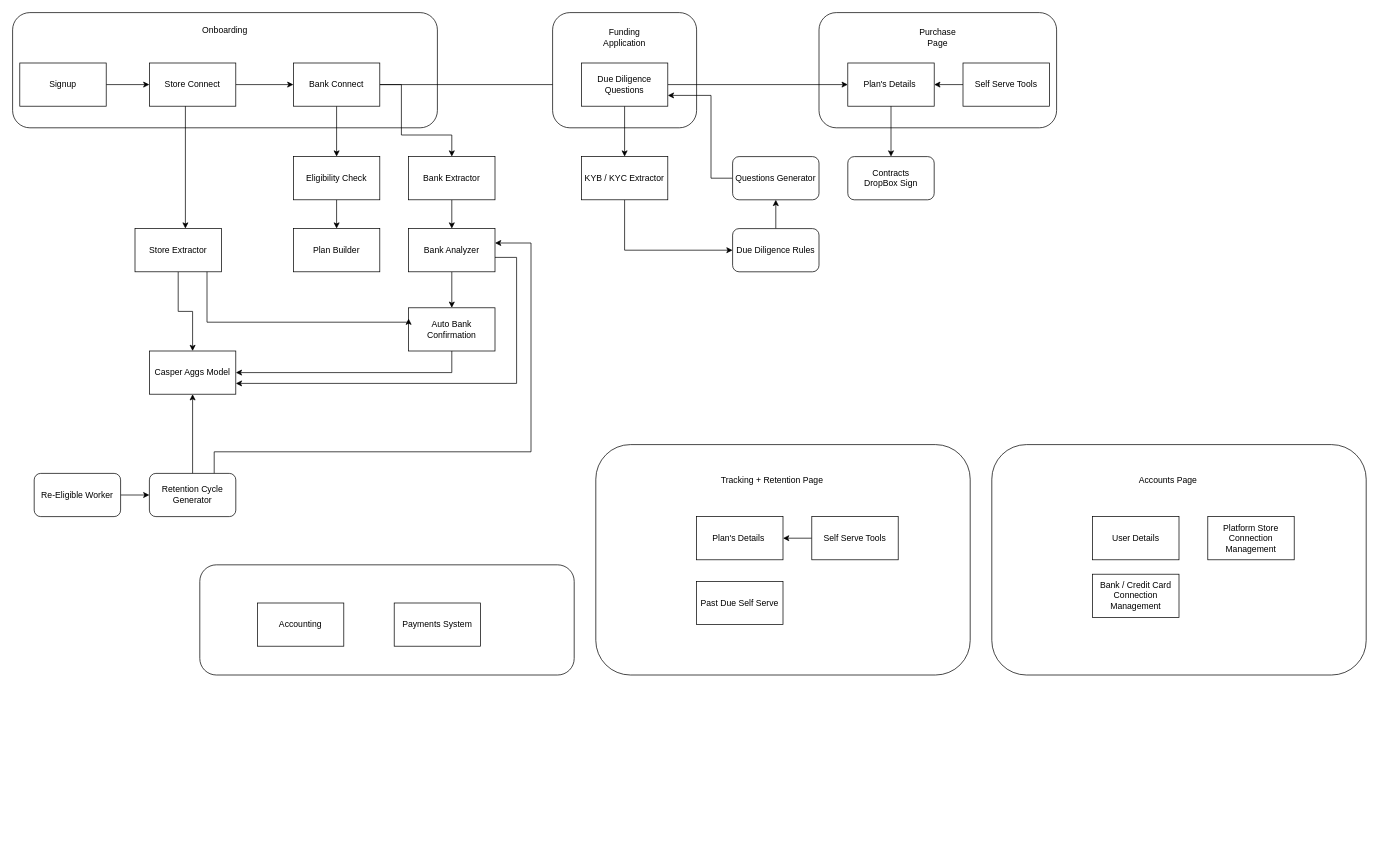
saharki/draw.io keeps this draw.io diagram as drawings/general8fig.drawio. Above is the earlier version. Source tidied: cells renumbered, new cells numbered last; positions are measured from the earlier drawing's top-left corner, leaving out a move shared by most shapes. Both pictures are drawn from the tidied source at 72%, with x=0, y=0 at pixel (12, 12).
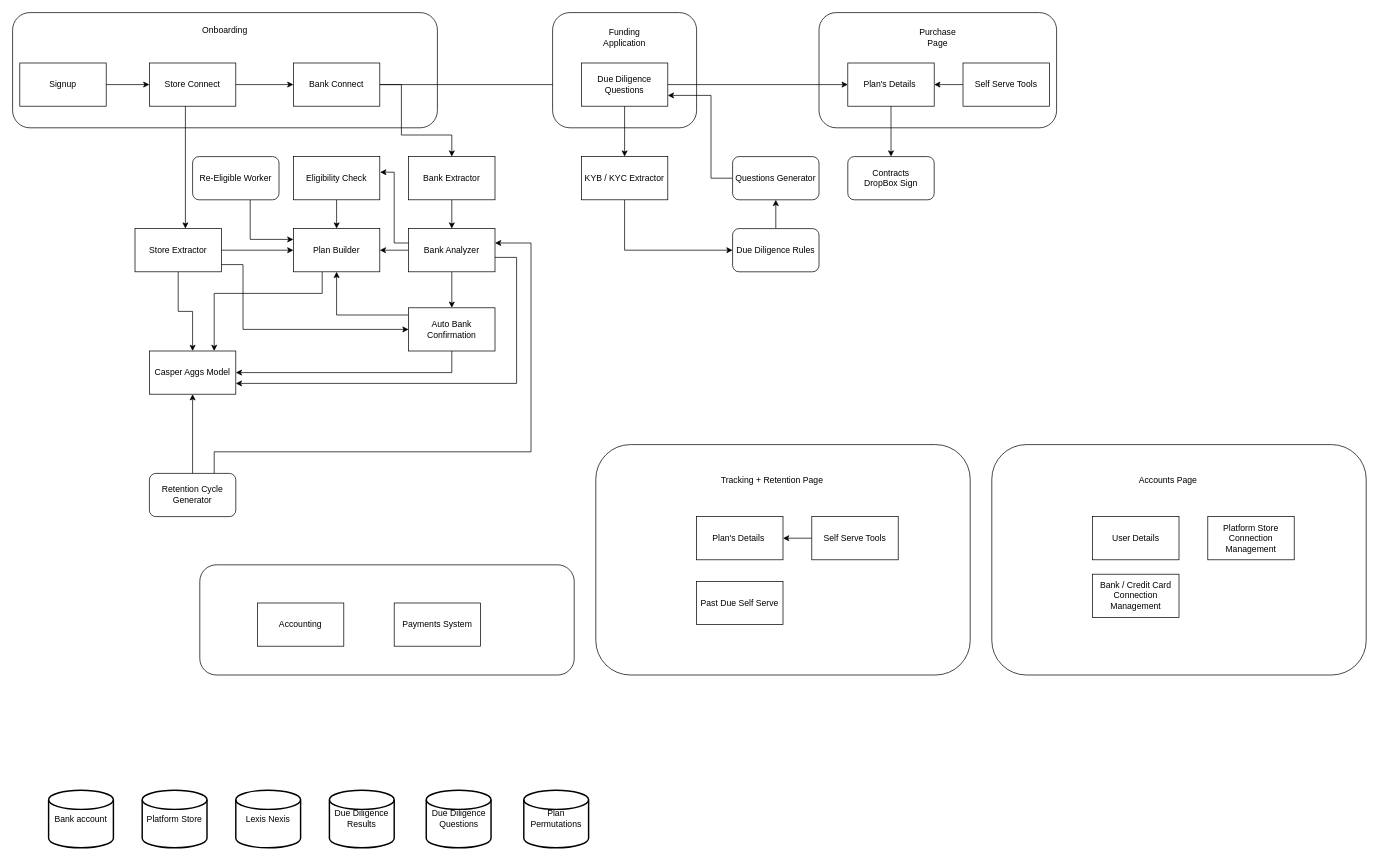
The same diagram, later.

The change refers to these unchanged cells:
```xml
<mxCell id="11" value="Bank Connect" style="rounded=0;whiteSpace=wrap;html=1;" parent="1" vertex="1">
  <mxGeometry x="390" y="70" width="120" height="60" as="geometry" />
</mxCell>
<mxCell id="14" value="Plan Builder" style="rounded=0;whiteSpace=wrap;html=1;" parent="1" vertex="1">
  <mxGeometry x="390" y="300" width="120" height="60" as="geometry" />
</mxCell>
<mxCell id="17" value="Bank Analyzer" style="whiteSpace=wrap;html=1;rounded=0;" parent="1" vertex="1">
  <mxGeometry x="550" y="300" width="120" height="60" as="geometry" />
</mxCell>
<mxCell id="18" value="Casper Aggs Model" style="whiteSpace=wrap;html=1;rounded=0;" parent="1" vertex="1">
  <mxGeometry x="190" y="470" width="120" height="60" as="geometry" />
</mxCell>
<mxCell id="20" value="Store Extractor" style="whiteSpace=wrap;html=1;rounded=0;" parent="1" vertex="1">
  <mxGeometry x="170" y="300" width="120" height="60" as="geometry" />
</mxCell>
<mxCell id="22" value="Auto Bank Confirmation" style="whiteSpace=wrap;html=1;rounded=0;" parent="1" vertex="1">
  <mxGeometry x="550" y="410" width="120" height="60" as="geometry" />
</mxCell>
<mxCell id="25" value="Eligibility Check" style="rounded=0;whiteSpace=wrap;html=1;" parent="1" vertex="1">
  <mxGeometry x="390" y="200" width="120" height="60" as="geometry" />
</mxCell>
<mxCell id="60" value="Retention Cycle Generator" style="rounded=1;whiteSpace=wrap;html=1;" parent="1" vertex="1">
  <mxGeometry x="190" y="640" width="120" height="60" as="geometry" />
</mxCell>
```

The edit, as a diff of the source:
```diff
@@
-    <mxCell id="9" style="edgeStyle=orthogonalEdgeStyle;rounded=0;jettySize=auto;html=1;" parent="1" edge="1" source="11" target="25">
-      <mxGeometry relative="1" as="geometry" />
-    </mxCell>
@@
+    <mxCell id="71" style="edgeStyle=orthogonalEdgeStyle;rounded=0;jettySize=auto;html=1;" parent="1" edge="1" source="14" target="18">
+      <mxGeometry relative="1" as="geometry">
+        <Array as="points">
+          <mxPoint x="430" y="390" />
+          <mxPoint x="280" y="390" />
+        </Array>
+      </mxGeometry>
+    </mxCell>
@@
+    <mxCell id="72" style="edgeStyle=orthogonalEdgeStyle;rounded=0;jettySize=auto;html=1;entryX=1;entryY=0.5;entryDx=0;entryDy=0;" parent="1" edge="1" source="17" target="14">
+      <mxGeometry relative="1" as="geometry" />
+    </mxCell>
@@
+    <mxCell id="73" style="edgeStyle=orthogonalEdgeStyle;rounded=0;jettySize=auto;html=1;entryX=0;entryY=0.5;entryDx=0;entryDy=0;" parent="1" edge="1" source="20" target="14">
+      <mxGeometry relative="1" as="geometry" />
+    </mxCell>
+    <mxCell id="23" style="edgeStyle=orthogonalEdgeStyle;rounded=0;jettySize=auto;html=1;entryX=0;entryY=0.5;entryDx=0;entryDy=0;" parent="1" edge="1" source="20" target="22">
+      <mxGeometry relative="1" as="geometry">
+        <Array as="points">
+          <mxPoint x="320" y="350" />
+          <mxPoint x="320" y="440" />
+        </Array>
+      </mxGeometry>
+    </mxCell>
@@
+    <mxCell id="74" style="edgeStyle=orthogonalEdgeStyle;rounded=0;jettySize=auto;html=1;entryX=0.5;entryY=1;entryDx=0;entryDy=0;" parent="1" edge="1" source="22" target="14">
+      <mxGeometry relative="1" as="geometry">
+        <Array as="points">
+          <mxPoint x="450" y="420" />
+        </Array>
+      </mxGeometry>
+    </mxCell>
@@
-    <mxCell id="23" style="edgeStyle=orthogonalEdgeStyle;rounded=0;jettySize=auto;html=1;entryX=0;entryY=0.25;entryDx=0;entryDy=0;" parent="1" edge="1" source="20" target="22">
-      <mxGeometry relative="1" as="geometry">
-        <Array as="points">
-          <mxPoint x="270" y="430" />
-          <mxPoint x="550" y="430" />
-        </Array>
-      </mxGeometry>
-    </mxCell>
@@
-    <mxCell id="56" style="edgeStyle=orthogonalEdgeStyle;rounded=0;jettySize=auto;html=1;entryX=0;entryY=0.5;entryDx=0;entryDy=0;" parent="1" edge="1" source="57" target="60">
-      <mxGeometry relative="1" as="geometry" />
-    </mxCell>
+    <mxCell id="75" style="edgeStyle=orthogonalEdgeStyle;rounded=0;jettySize=auto;html=1;entryX=0;entryY=0.25;entryDx=0;entryDy=0;" parent="1" edge="1" source="57" target="14">
+      <mxGeometry relative="1" as="geometry">
+        <Array as="points">
+          <mxPoint x="330" y="315" />
+        </Array>
+      </mxGeometry>
+    </mxCell>
     <mxCell id="57" value="Re-Eligible Worker" style="rounded=1;whiteSpace=wrap;html=1;" parent="1" vertex="1">
-      <mxGeometry x="30" y="640" width="120" height="60" as="geometry" />
+      <mxGeometry x="250" y="200" width="120" height="60" as="geometry" />
     </mxCell>
@@
+    <mxCell id="76" value="Bank account" style="strokeWidth=2;html=1;shape=mxgraph.flowchart.database;whiteSpace=wrap;" parent="1" vertex="1">
+      <mxGeometry x="50" y="1080" width="90" height="80" as="geometry" />
+    </mxCell>
+    <mxCell id="77" value="Platform Store" style="strokeWidth=2;html=1;shape=mxgraph.flowchart.database;whiteSpace=wrap;" parent="1" vertex="1">
+      <mxGeometry x="180" y="1080" width="90" height="80" as="geometry" />
+    </mxCell>
+    <mxCell id="78" value="Lexis Nexis" style="strokeWidth=2;html=1;shape=mxgraph.flowchart.database;whiteSpace=wrap;" parent="1" vertex="1">
+      <mxGeometry x="310" y="1080" width="90" height="80" as="geometry" />
+    </mxCell>
+    <mxCell id="79" value="Due Diligence Results" style="strokeWidth=2;html=1;shape=mxgraph.flowchart.database;whiteSpace=wrap;" parent="1" vertex="1">
+      <mxGeometry x="440" y="1080" width="90" height="80" as="geometry" />
+    </mxCell>
+    <mxCell id="80" value="Due Diligence Questions" style="strokeWidth=2;html=1;shape=mxgraph.flowchart.database;whiteSpace=wrap;" parent="1" vertex="1">
+      <mxGeometry x="574.5" y="1080" width="90" height="80" as="geometry" />
+    </mxCell>
+    <mxCell id="81" value="Plan Permutations" style="strokeWidth=2;html=1;shape=mxgraph.flowchart.database;whiteSpace=wrap;" parent="1" vertex="1">
+      <mxGeometry x="710" y="1080" width="90" height="80" as="geometry" />
+    </mxCell>
+    <mxCell id="82" style="edgeStyle=orthogonalEdgeStyle;rounded=0;jettySize=auto;html=1;entryX=1.004;entryY=0.361;entryDx=0;entryDy=0;entryPerimeter=0;" parent="1" edge="1" source="17" target="25">
+      <mxGeometry relative="1" as="geometry">
+        <Array as="points">
+          <mxPoint x="530" y="320" />
+          <mxPoint x="530" y="222" />
+        </Array>
+      </mxGeometry>
+    </mxCell>
```
